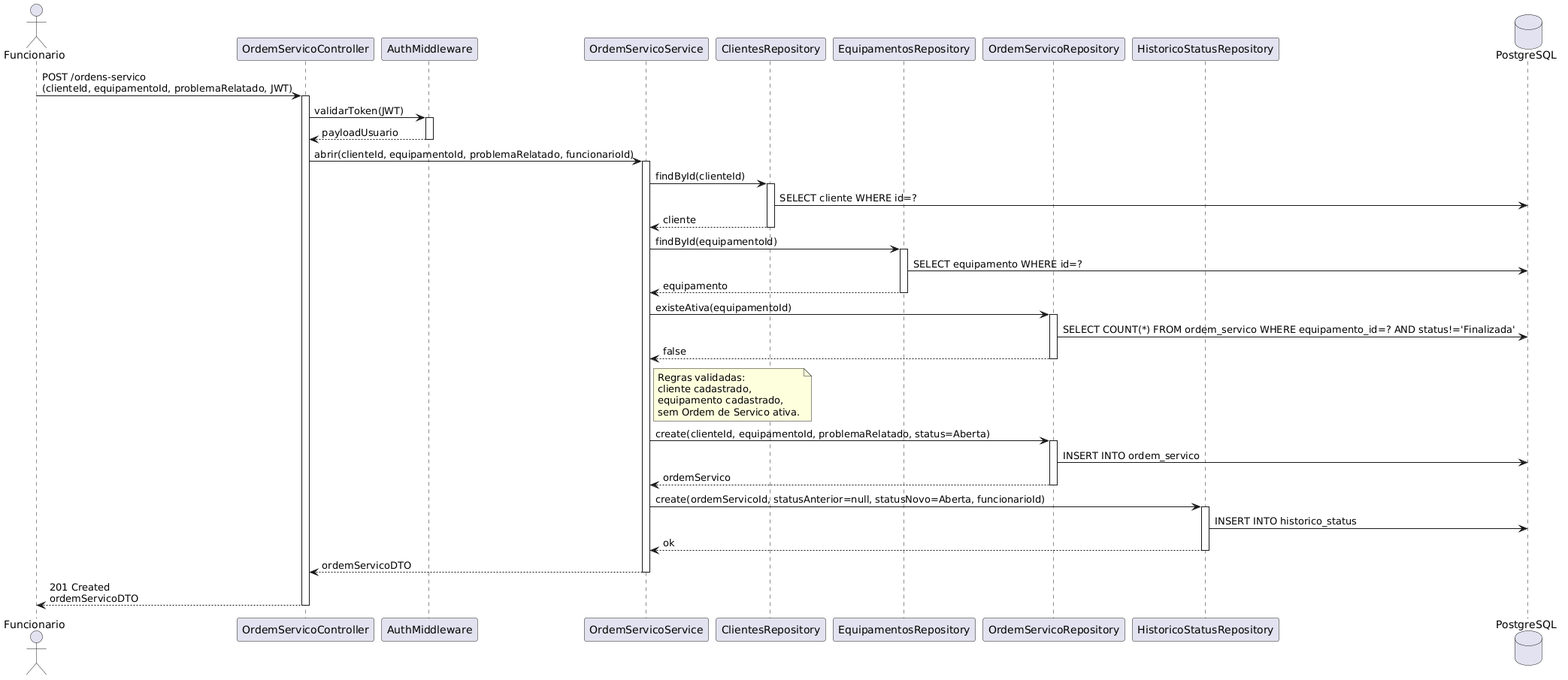
This is Projeto Final/docs/diagramas-img/07-sequencia-de-projeto/seq-uc03-abrir-ordem-servico.png from vicenzofms/Projeto-de-Software-PUC-2026-1, a PlantUML export, as it was before one commit. The source it was exported from:
```plantuml
@startuml
actor Funcionario
participant "OrdemServicoController" as Controller
participant "AuthMiddleware" as Auth
participant "OrdemServicoService" as Service
participant "ClientesRepository" as CliRepo
participant "EquipamentosRepository" as EqpRepo
participant "OrdemServicoRepository" as OSRepo
participant "HistoricoStatusRepository" as HistRepo
database "PostgreSQL" as DB

Funcionario -> Controller: POST /ordens-servico\n(clienteId, equipamentoId, problemaRelatado, JWT)
activate Controller

Controller -> Auth: validarToken(JWT)
activate Auth
Auth --> Controller: payloadUsuario
deactivate Auth

Controller -> Service: abrir(clienteId, equipamentoId, problemaRelatado, funcionarioId)
activate Service

Service -> CliRepo: findById(clienteId)
activate CliRepo
CliRepo -> DB: SELECT cliente WHERE id=?
CliRepo --> Service: cliente
deactivate CliRepo

Service -> EqpRepo: findById(equipamentoId)
activate EqpRepo
EqpRepo -> DB: SELECT equipamento WHERE id=?
EqpRepo --> Service: equipamento
deactivate EqpRepo

Service -> OSRepo: existeAtiva(equipamentoId)
activate OSRepo
OSRepo -> DB: SELECT COUNT(*) FROM ordem_servico WHERE equipamento_id=? AND status!='Finalizada'
OSRepo --> Service: false
deactivate OSRepo

note right of Service: Regras validadas:\ncliente cadastrado,\nequipamento cadastrado,\nsem Ordem de Servico ativa.

Service -> OSRepo: create(clienteId, equipamentoId, problemaRelatado, status=Aberta)
activate OSRepo
OSRepo -> DB: INSERT INTO ordem_servico
OSRepo --> Service: ordemServico
deactivate OSRepo

Service -> HistRepo: create(ordemServicoId, statusAnterior=null, statusNovo=Aberta, funcionarioId)
activate HistRepo
HistRepo -> DB: INSERT INTO historico_status
HistRepo --> Service: ok
deactivate HistRepo

Service --> Controller: ordemServicoDTO
deactivate Service

Controller --> Funcionario: 201 Created\nordemServicoDTO
deactivate Controller
@enduml
```
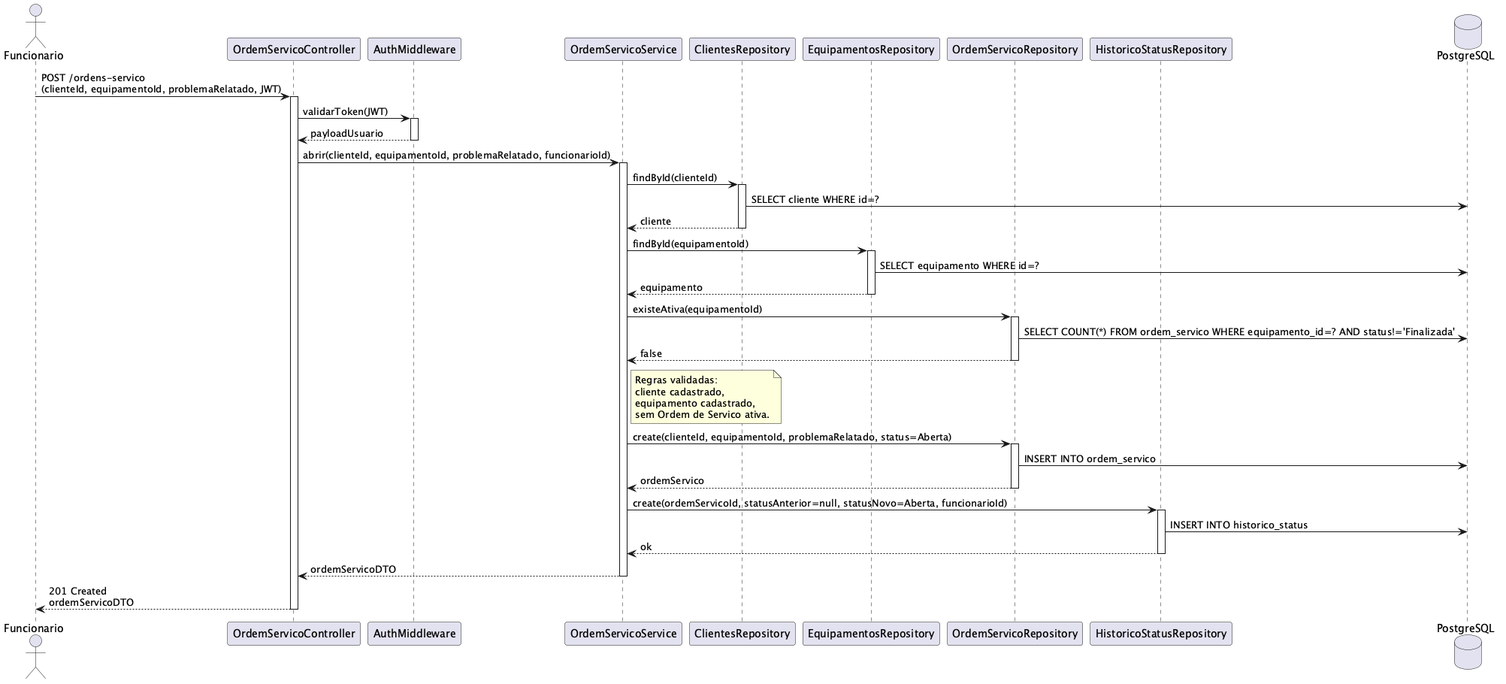
Above is the later version.

Diff of the diagram source:
```diff
@@ -1,4 +1,4 @@
-@startuml
+@startuml seq-uc03-abrir-ordem-servico
 actor Funcionario
 participant "OrdemServicoController" as Controller
 participant "AuthMiddleware" as Auth
```
